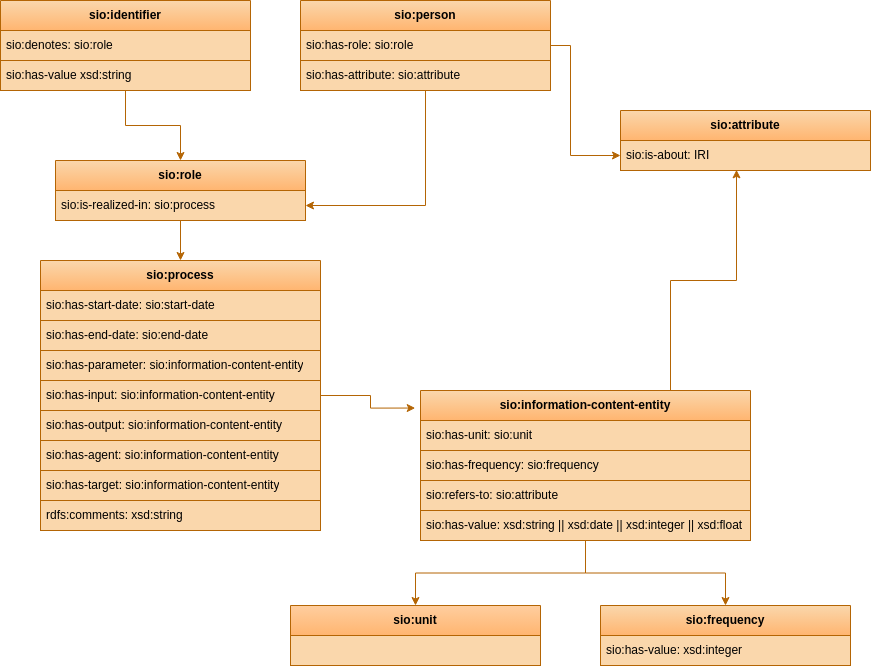
The draw.io diagram images/CARE-SM-Schema.png in CARE-SM/CARE-Semantic-Model, before a commit. Source tidied: cells renumbered, new cells last; positions are measured from the earlier drawing's top-left corner, leaving out a move shared by most shapes.
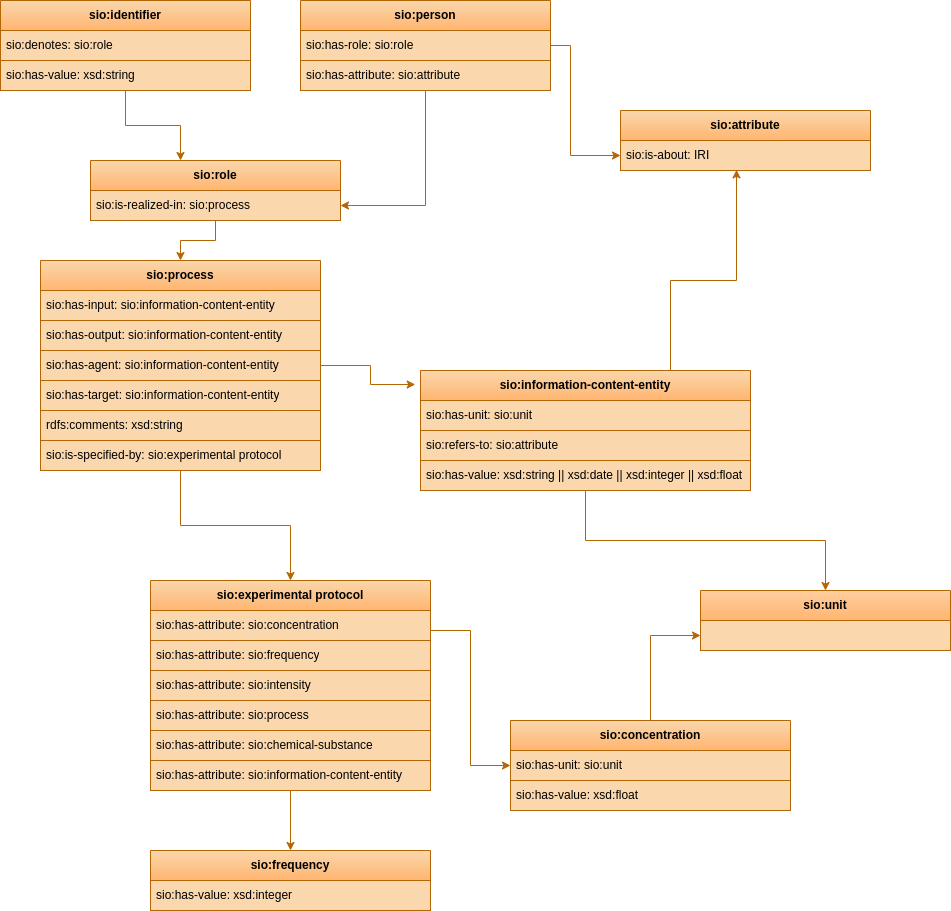
The same diagram one commit later.

Change to the diagram source:
```diff
@@ -5,91 +5,82 @@
     <mxCell id="2" style="edgeStyle=orthogonalEdgeStyle;rounded=0;jettySize=auto;html=1;entryX=-0.016;entryY=0.117;entryDx=0;entryDy=0;entryPerimeter=0;fillColor=#fad7ac;strokeColor=#b46504;" parent="1" edge="1" source="3" target="15">
       <mxGeometry relative="1" as="geometry" />
     </mxCell>
+    <mxCell id="38" style="edgeStyle=orthogonalEdgeStyle;rounded=0;jettySize=auto;html=1;strokeColor=#B46504;" parent="1" edge="1" source="3" target="42">
+      <mxGeometry relative="1" as="geometry" />
+    </mxCell>
     <mxCell id="3" value="&lt;b&gt;sio:process&lt;/b&gt;" style="swimlane;fontStyle=0;horizontal=1;startSize=30;whiteSpace=wrap;html=1;fillColor=#fad7ac;strokeColor=#b46504;gradientColor=#FFB570;" parent="1" vertex="1">
-      <mxGeometry x="40" y="260" width="280" height="270" as="geometry" />
+      <mxGeometry x="210" y="450" width="280" height="210" as="geometry" />
     </mxCell>
-    <mxCell id="4" value="sio:has-start-date: sio:start-date" style="text;strokeColor=#b46504;fillColor=#fad7ac;align=left;verticalAlign=middle;spacingLeft=4;spacingRight=4;overflow=hidden;whiteSpace=wrap;html=1;" parent="3" vertex="1">
-      <mxGeometry y="30" width="280" height="30" as="geometry" />
-    </mxCell>
-    <mxCell id="5" value="sio:has-end-date: sio:end-date" style="text;strokeColor=#b46504;fillColor=#fad7ac;align=left;verticalAlign=middle;spacingLeft=4;spacingRight=4;overflow=hidden;whiteSpace=wrap;html=1;" parent="3" vertex="1">
-      <mxGeometry y="60" width="280" height="30" as="geometry" />
-    </mxCell>
-    <mxCell id="6" value="sio:has-parameter: sio:information-content-entity" style="text;strokeColor=#b46504;fillColor=#fad7ac;align=left;verticalAlign=middle;spacingLeft=4;spacingRight=4;overflow=hidden;whiteSpace=wrap;html=1;" parent="3" vertex="1">
-      <mxGeometry y="90" width="280" height="30" as="geometry" />
-    </mxCell>
     <mxCell id="7" value="sio:has-input: sio:information-content-entity" style="text;strokeColor=#b46504;fillColor=#fad7ac;align=left;verticalAlign=middle;spacingLeft=4;spacingRight=4;overflow=hidden;whiteSpace=wrap;html=1;" parent="3" vertex="1">
-      <mxGeometry y="120" width="280" height="30" as="geometry" />
+      <mxGeometry y="30" width="280" height="30" as="geometry" />
     </mxCell>
     <mxCell id="8" value="sio:has-output: sio:information-content-entity" style="text;strokeColor=#b46504;fillColor=#fad7ac;align=left;verticalAlign=middle;spacingLeft=4;spacingRight=4;overflow=hidden;whiteSpace=wrap;html=1;" parent="3" vertex="1">
-      <mxGeometry y="150" width="280" height="30" as="geometry" />
+      <mxGeometry y="60" width="280" height="30" as="geometry" />
     </mxCell>
     <mxCell id="9" value="sio:has-agent: sio:information-content-entity" style="text;strokeColor=#b46504;fillColor=#fad7ac;align=left;verticalAlign=middle;spacingLeft=4;spacingRight=4;overflow=hidden;whiteSpace=wrap;html=1;" parent="3" vertex="1">
-      <mxGeometry y="180" width="280" height="30" as="geometry" />
+      <mxGeometry y="90" width="280" height="30" as="geometry" />
     </mxCell>
     <mxCell id="10" value="sio:has-target: sio:information-content-entity" style="text;strokeColor=#b46504;fillColor=#fad7ac;align=left;verticalAlign=middle;spacingLeft=4;spacingRight=4;overflow=hidden;whiteSpace=wrap;html=1;" parent="3" vertex="1">
-      <mxGeometry y="210" width="280" height="30" as="geometry" />
+      <mxGeometry y="120" width="280" height="30" as="geometry" />
     </mxCell>
+    <mxCell id="39" value="rdfs:comments: xsd:string" style="text;strokeColor=#b46504;fillColor=#fad7ac;align=left;verticalAlign=middle;spacingLeft=4;spacingRight=4;overflow=hidden;whiteSpace=wrap;html=1;" parent="3" vertex="1">
+      <mxGeometry y="150" width="280" height="30" as="geometry" />
+    </mxCell>
-    <mxCell id="11" value="rdfs:comments: xsd:string" style="text;strokeColor=#b46504;fillColor=#fad7ac;align=left;verticalAlign=middle;spacingLeft=4;spacingRight=4;overflow=hidden;whiteSpace=wrap;html=1;" parent="3" vertex="1">
-      <mxGeometry y="240" width="280" height="30" as="geometry" />
+    <mxCell id="11" value="sio:is-specified-by: sio:experimental protocol" style="text;strokeColor=#b46504;fillColor=#fad7ac;align=left;verticalAlign=middle;spacingLeft=4;spacingRight=4;overflow=hidden;whiteSpace=wrap;html=1;" parent="3" vertex="1">
+      <mxGeometry y="180" width="280" height="30" as="geometry" />
     </mxCell>
     <mxCell id="12" style="edgeStyle=orthogonalEdgeStyle;rounded=0;jettySize=auto;html=1;fillColor=#fad7ac;strokeColor=#b46504;entryX=0.464;entryY=0.978;entryDx=0;entryDy=0;entryPerimeter=0;" parent="1" edge="1" source="15" target="28">
       <mxGeometry relative="1" as="geometry">
         <Array as="points">
-          <mxPoint x="670" y="280" />
-          <mxPoint x="736" y="280" />
+          <mxPoint x="840" y="470" />
+          <mxPoint x="906" y="470" />
         </Array>
       </mxGeometry>
     </mxCell>
-    <mxCell id="13" style="edgeStyle=orthogonalEdgeStyle;rounded=0;jettySize=auto;html=1;entryX=0.5;entryY=0;entryDx=0;entryDy=0;fillColor=#fad7ac;strokeColor=#b46504;" parent="1" edge="1" source="15" target="34">
+    <mxCell id="13" style="edgeStyle=orthogonalEdgeStyle;rounded=0;jettySize=auto;html=1;entryX=0.5;entryY=0;entryDx=0;entryDy=0;fillColor=#fad7ac;strokeColor=#B46504;" parent="1" edge="1" source="15" target="34">
       <mxGeometry relative="1" as="geometry" />
     </mxCell>
-    <mxCell id="14" style="edgeStyle=orthogonalEdgeStyle;rounded=0;jettySize=auto;html=1;fillColor=#fad7ac;strokeColor=#b46504;" parent="1" edge="1" source="15" target="36">
-      <mxGeometry relative="1" as="geometry" />
-    </mxCell>
     <mxCell id="15" value="&lt;b&gt;sio:information-content-entity&lt;/b&gt;" style="swimlane;fontStyle=0;horizontal=1;startSize=30;whiteSpace=wrap;html=1;fillColor=#fad7ac;strokeColor=#b46504;gradientColor=#FFB570;" parent="1" vertex="1">
-      <mxGeometry x="420" y="390" width="330" height="150" as="geometry" />
+      <mxGeometry x="590" y="560" width="330" height="120" as="geometry" />
     </mxCell>
     <mxCell id="16" value="sio:has-unit: sio:unit" style="text;strokeColor=#b46504;fillColor=#fad7ac;align=left;verticalAlign=middle;spacingLeft=4;spacingRight=4;overflow=hidden;whiteSpace=wrap;html=1;" parent="15" vertex="1">
       <mxGeometry y="30" width="330" height="30" as="geometry" />
     </mxCell>
-    <mxCell id="17" value="sio:has-frequency: sio:frequency" style="text;strokeColor=#b46504;fillColor=#fad7ac;align=left;verticalAlign=middle;spacingLeft=4;spacingRight=4;overflow=hidden;whiteSpace=wrap;html=1;" parent="15" vertex="1">
-      <mxGeometry y="60" width="330" height="30" as="geometry" />
-    </mxCell>
     <mxCell id="18" value="sio:refers-to: sio:attribute" style="text;strokeColor=#b46504;fillColor=#fad7ac;align=left;verticalAlign=middle;spacingLeft=4;spacingRight=4;overflow=hidden;whiteSpace=wrap;html=1;" parent="15" vertex="1">
-      <mxGeometry y="90" width="330" height="30" as="geometry" />
+      <mxGeometry y="60" width="330" height="30" as="geometry" />
     </mxCell>
     <mxCell id="19" value="sio:has-value: xsd:string || xsd:date || xsd:integer || xsd:float" style="text;strokeColor=#b46504;fillColor=#fad7ac;align=left;verticalAlign=middle;spacingLeft=4;spacingRight=4;overflow=hidden;whiteSpace=wrap;html=1;" parent="15" vertex="1">
-      <mxGeometry y="120" width="330" height="30" as="geometry" />
+      <mxGeometry y="90" width="330" height="30" as="geometry" />
     </mxCell>
     <mxCell id="20" style="edgeStyle=orthogonalEdgeStyle;rounded=0;jettySize=auto;html=1;entryX=0.5;entryY=0;entryDx=0;entryDy=0;fillColor=#fad7ac;strokeColor=#b46504;" parent="1" edge="1" source="21" target="3">
       <mxGeometry relative="1" as="geometry" />
     </mxCell>
     <mxCell id="21" value="&lt;b&gt;sio:role&lt;/b&gt;" style="swimlane;fontStyle=0;horizontal=1;startSize=30;whiteSpace=wrap;html=1;fillColor=#fad7ac;strokeColor=#b46504;gradientColor=#FFB570;" parent="1" vertex="1">
-      <mxGeometry x="55" y="160" width="250" height="60" as="geometry" />
+      <mxGeometry x="260" y="350" width="250" height="60" as="geometry" />
     </mxCell>
     <mxCell id="22" value="sio:is-realized-in: sio:process" style="text;strokeColor=#b46504;fillColor=#fad7ac;align=left;verticalAlign=middle;spacingLeft=4;spacingRight=4;overflow=hidden;points=[[0,0.5],[1,0.5]];portConstraint=eastwest;whiteSpace=wrap;html=1;" parent="21" vertex="1">
       <mxGeometry y="30" width="250" height="30" as="geometry" />
     </mxCell>
     <mxCell id="23" style="edgeStyle=orthogonalEdgeStyle;rounded=0;jettySize=auto;html=1;fillColor=#fad7ac;strokeColor=#b46504;" parent="1" edge="1" source="24">
       <mxGeometry relative="1" as="geometry">
-        <mxPoint x="180" y="160" as="targetPoint" />
+        <mxPoint x="350" y="350" as="targetPoint" />
         <Array as="points">
-          <mxPoint x="125" y="125" />
-          <mxPoint x="180" y="125" />
+          <mxPoint x="295" y="315" />
+          <mxPoint x="350" y="315" />
         </Array>
       </mxGeometry>
     </mxCell>
     <mxCell id="24" value="&lt;b&gt;sio:identifier&lt;/b&gt;" style="swimlane;fontStyle=0;horizontal=1;startSize=30;whiteSpace=wrap;html=1;fillColor=#FAD7AC;strokeColor=#b46504;gradientColor=#FFB570;" parent="1" vertex="1">
-      <mxGeometry width="250" height="90" as="geometry" />
+      <mxGeometry x="170" y="190" width="250" height="90" as="geometry" />
     </mxCell>
     <mxCell id="25" value="sio:denotes: sio:role" style="text;strokeColor=#b46504;fillColor=#fad7ac;align=left;verticalAlign=middle;spacingLeft=4;spacingRight=4;overflow=hidden;whiteSpace=wrap;html=1;" parent="24" vertex="1">
       <mxGeometry y="30" width="250" height="30" as="geometry" />
     </mxCell>
-    <mxCell id="26" value="sio:has-value xsd:string" style="text;strokeColor=#b46504;fillColor=#fad7ac;align=left;verticalAlign=middle;spacingLeft=4;spacingRight=4;overflow=hidden;whiteSpace=wrap;html=1;" parent="24" vertex="1">
+    <mxCell id="26" value="sio:has-value: xsd:string" style="text;strokeColor=#b46504;fillColor=#fad7ac;align=left;verticalAlign=middle;spacingLeft=4;spacingRight=4;overflow=hidden;whiteSpace=wrap;html=1;" parent="24" vertex="1">
       <mxGeometry y="60" width="250" height="30" as="geometry" />
     </mxCell>
     <mxCell id="27" value="&lt;b&gt;sio:attribute&lt;/b&gt;" style="swimlane;fontStyle=0;horizontal=1;startSize=30;whiteSpace=wrap;html=1;fillColor=#fad7ac;strokeColor=#b46504;gradientColor=#FFB570;" parent="1" vertex="1">
-      <mxGeometry x="620" y="110" width="250" height="60" as="geometry" />
+      <mxGeometry x="790" y="300" width="250" height="60" as="geometry" />
     </mxCell>
     <mxCell id="28" value="sio:is-about: IRI" style="text;strokeColor=#b46504;fillColor=#fad7ac;align=left;verticalAlign=middle;spacingLeft=4;spacingRight=4;overflow=hidden;points=[[0,0.5],[1,0.5]];portConstraint=eastwest;whiteSpace=wrap;html=1;" parent="27" vertex="1">
       <mxGeometry y="30" width="250" height="30" as="geometry" />
@@ -100,13 +91,13 @@
     <mxCell id="30" style="edgeStyle=orthogonalEdgeStyle;rounded=0;jettySize=auto;html=1;fillColor=#fad7ac;strokeColor=#b46504;entryX=0;entryY=0.5;entryDx=0;entryDy=0;" parent="1" edge="1" source="31" target="28">
       <mxGeometry relative="1" as="geometry">
         <Array as="points">
-          <mxPoint x="570" y="45" />
-          <mxPoint x="570" y="155" />
+          <mxPoint x="740" y="235" />
+          <mxPoint x="740" y="345" />
         </Array>
       </mxGeometry>
     </mxCell>
     <mxCell id="31" value="&lt;b&gt;sio:person&lt;/b&gt;" style="swimlane;fontStyle=0;horizontal=1;startSize=30;whiteSpace=wrap;html=1;fillColor=#fad7ac;strokeColor=#b46504;gradientColor=#FFB570;" parent="1" vertex="1">
-      <mxGeometry x="300" width="250" height="90" as="geometry" />
+      <mxGeometry x="470" y="190" width="250" height="90" as="geometry" />
     </mxCell>
     <mxCell id="32" value="sio:has-role: sio:role" style="text;strokeColor=#b46504;fillColor=#fad7ac;align=left;verticalAlign=middle;spacingLeft=4;spacingRight=4;overflow=hidden;whiteSpace=wrap;html=1;" parent="31" vertex="1">
       <mxGeometry y="30" width="250" height="30" as="geometry" />
@@ -115,16 +106,60 @@
       <mxGeometry y="60" width="250" height="30" as="geometry" />
     </mxCell>
     <mxCell id="34" value="&lt;b&gt;sio:unit&lt;/b&gt;" style="swimlane;fontStyle=0;horizontal=1;startSize=30;whiteSpace=wrap;html=1;fillColor=#FFCE9F;strokeColor=#b46504;gradientColor=#FFB570;swimlaneFillColor=none;" parent="1" vertex="1">
-      <mxGeometry x="290" y="605" width="250" height="60" as="geometry" />
+      <mxGeometry x="870" y="780" width="250" height="60" as="geometry" />
     </mxCell>
     <mxCell id="35" style="text;strokeColor=#b46504;fillColor=#fad7ac;align=left;verticalAlign=middle;spacingLeft=4;spacingRight=4;overflow=hidden;points=[[0,0.5],[1,0.5]];portConstraint=eastwest;whiteSpace=wrap;html=1;" parent="34" vertex="1">
       <mxGeometry y="30" width="250" height="30" as="geometry" />
     </mxCell>
+    <mxCell id="40" style="edgeStyle=orthogonalEdgeStyle;rounded=0;jettySize=auto;html=1;strokeColor=#B46504;" parent="1" edge="1" source="42" target="50">
+      <mxGeometry relative="1" as="geometry">
+        <Array as="points">
+          <mxPoint x="640" y="820" />
+          <mxPoint x="640" y="955" />
+        </Array>
+      </mxGeometry>
+    </mxCell>
+    <mxCell id="41" style="edgeStyle=orthogonalEdgeStyle;rounded=0;jettySize=auto;html=1;strokeColor=#B46504;" parent="1" edge="1" source="42" target="36">
+      <mxGeometry relative="1" as="geometry" />
+    </mxCell>
+    <mxCell id="42" value="&lt;b&gt;sio:experimental protocol&lt;/b&gt;" style="swimlane;fontStyle=0;horizontal=1;startSize=30;whiteSpace=wrap;html=1;fillColor=#fad7ac;strokeColor=#b46504;gradientColor=#FFB570;" parent="1" vertex="1">
+      <mxGeometry x="320" y="770" width="280" height="210" as="geometry" />
+    </mxCell>
+    <mxCell id="43" value="sio:has-attribute: sio:concentration" style="text;strokeColor=#b46504;fillColor=#fad7ac;align=left;verticalAlign=middle;spacingLeft=4;spacingRight=4;overflow=hidden;whiteSpace=wrap;html=1;" parent="42" vertex="1">
+      <mxGeometry y="30" width="280" height="30" as="geometry" />
+    </mxCell>
+    <mxCell id="44" value="sio:has-attribute: sio:frequency" style="text;strokeColor=#b46504;fillColor=#fad7ac;align=left;verticalAlign=middle;spacingLeft=4;spacingRight=4;overflow=hidden;whiteSpace=wrap;html=1;" parent="42" vertex="1">
+      <mxGeometry y="60" width="280" height="30" as="geometry" />
+    </mxCell>
+    <mxCell id="45" value="sio:has-attribute: sio:intensity" style="text;strokeColor=#b46504;fillColor=#fad7ac;align=left;verticalAlign=middle;spacingLeft=4;spacingRight=4;overflow=hidden;whiteSpace=wrap;html=1;" parent="42" vertex="1">
+      <mxGeometry y="90" width="280" height="30" as="geometry" />
+    </mxCell>
+    <mxCell id="46" value="sio:has-attribute: sio:process" style="text;strokeColor=#b46504;fillColor=#fad7ac;align=left;verticalAlign=middle;spacingLeft=4;spacingRight=4;overflow=hidden;whiteSpace=wrap;html=1;" parent="42" vertex="1">
+      <mxGeometry y="120" width="280" height="30" as="geometry" />
+    </mxCell>
+    <mxCell id="47" value="sio:has-attribute: sio:chemical-substance" style="text;strokeColor=#b46504;fillColor=#fad7ac;align=left;verticalAlign=middle;spacingLeft=4;spacingRight=4;overflow=hidden;whiteSpace=wrap;html=1;" parent="42" vertex="1">
+      <mxGeometry y="150" width="280" height="30" as="geometry" />
+    </mxCell>
+    <mxCell id="48" value="sio:has-attribute: sio:information-content-entity" style="text;strokeColor=#b46504;fillColor=#fad7ac;align=left;verticalAlign=middle;spacingLeft=4;spacingRight=4;overflow=hidden;whiteSpace=wrap;html=1;" parent="42" vertex="1">
+      <mxGeometry y="180" width="280" height="30" as="geometry" />
+    </mxCell>
+    <mxCell id="49" style="edgeStyle=orthogonalEdgeStyle;rounded=0;jettySize=auto;html=1;strokeColor=#B46504;" parent="1" edge="1" source="50" target="35">
+      <mxGeometry relative="1" as="geometry" />
+    </mxCell>
+    <mxCell id="50" value="&lt;b&gt;sio:concentration&lt;/b&gt;" style="swimlane;fontStyle=0;horizontal=1;startSize=30;whiteSpace=wrap;html=1;fillColor=#fad7ac;strokeColor=#b46504;gradientColor=#FFB570;" parent="1" vertex="1">
+      <mxGeometry x="680" y="910" width="280" height="90" as="geometry" />
+    </mxCell>
+    <mxCell id="51" value="sio:has-unit: sio:unit" style="text;strokeColor=#b46504;fillColor=#fad7ac;align=left;verticalAlign=middle;spacingLeft=4;spacingRight=4;overflow=hidden;whiteSpace=wrap;html=1;" parent="50" vertex="1">
+      <mxGeometry y="30" width="280" height="30" as="geometry" />
+    </mxCell>
+    <mxCell id="52" value="sio:has-value: xsd:float" style="text;strokeColor=#b46504;fillColor=#fad7ac;align=left;verticalAlign=middle;spacingLeft=4;spacingRight=4;overflow=hidden;whiteSpace=wrap;html=1;" parent="50" vertex="1">
+      <mxGeometry y="60" width="280" height="30" as="geometry" />
+    </mxCell>
-    <mxCell id="36" value="&lt;b&gt;sio:frequency&lt;/b&gt;" style="swimlane;fontStyle=0;horizontal=1;startSize=30;whiteSpace=wrap;html=1;fillColor=#fad7ac;strokeColor=#b46504;gradientColor=#FFB570;swimlaneFillColor=none;" parent="1" vertex="1">
-      <mxGeometry x="600" y="605" width="250" height="60" as="geometry" />
+    <mxCell id="36" value="&lt;b&gt;sio:frequency&lt;/b&gt;" style="swimlane;fontStyle=0;horizontal=1;startSize=30;whiteSpace=wrap;html=1;fillColor=#fad7ac;strokeColor=#b46504;gradientColor=#FFB570;" parent="1" vertex="1">
+      <mxGeometry x="320" y="1040" width="280" height="60" as="geometry" />
     </mxCell>
     <mxCell id="37" value="sio:has-value: xsd:integer" style="text;strokeColor=#b46504;fillColor=#fad7ac;align=left;verticalAlign=middle;spacingLeft=4;spacingRight=4;overflow=hidden;whiteSpace=wrap;html=1;" parent="36" vertex="1">
-      <mxGeometry y="30" width="250" height="30" as="geometry" />
+      <mxGeometry y="30" width="280" height="30" as="geometry" />
     </mxCell>
   </root>
 </mxGraphModel>
```
